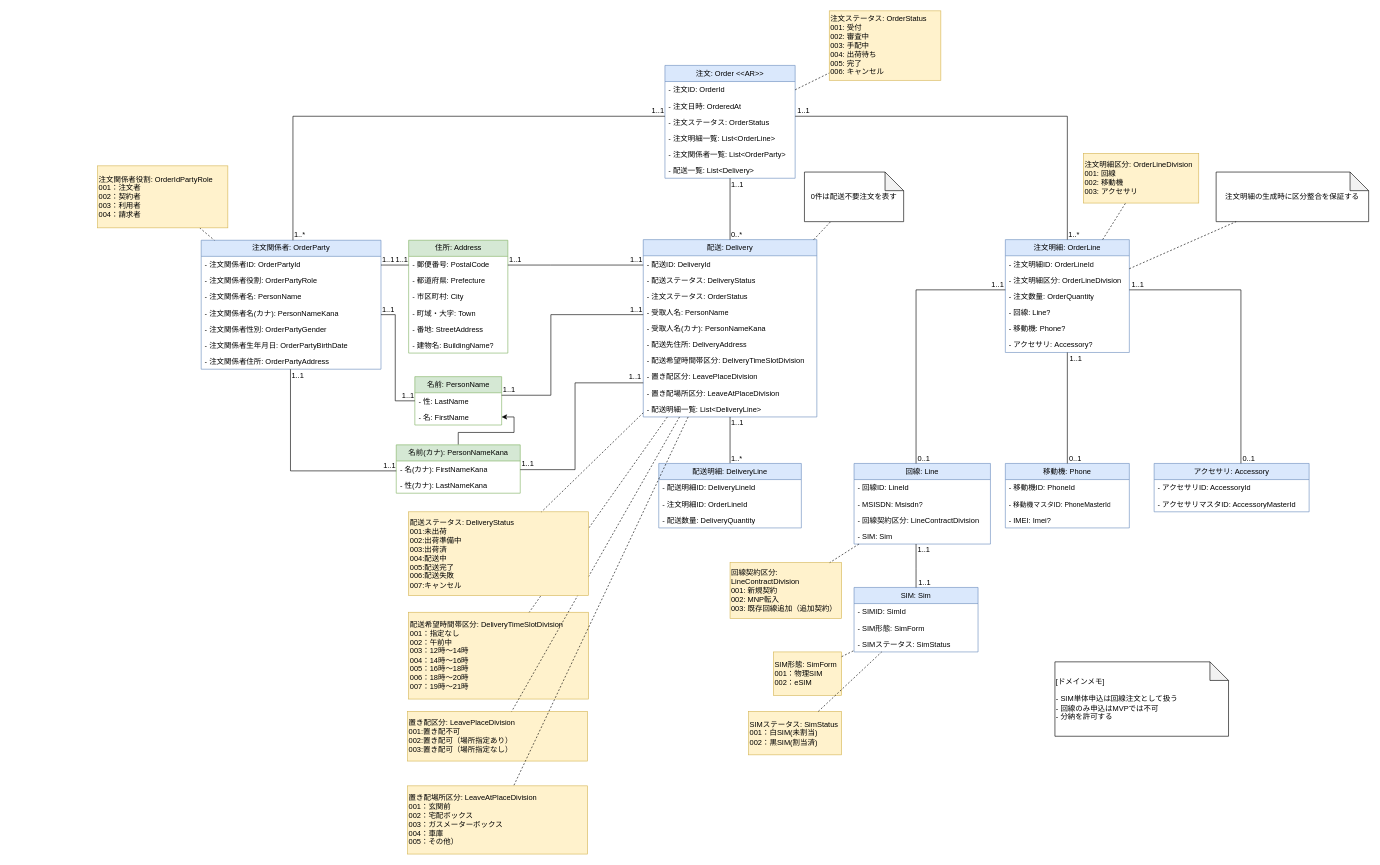
Above: docs/02_domain/model/domain-model.drawio in shimizut-dev/phone-order-api (draw.io), before the change. Source tidied: cells renumbered, new cells numbered last; positions are measured from the earlier drawing's top-left corner, leaving out a move shared by most shapes. Both pictures are drawn from the tidied source at 62%, with x=0, y=0 at pixel (97, 11).
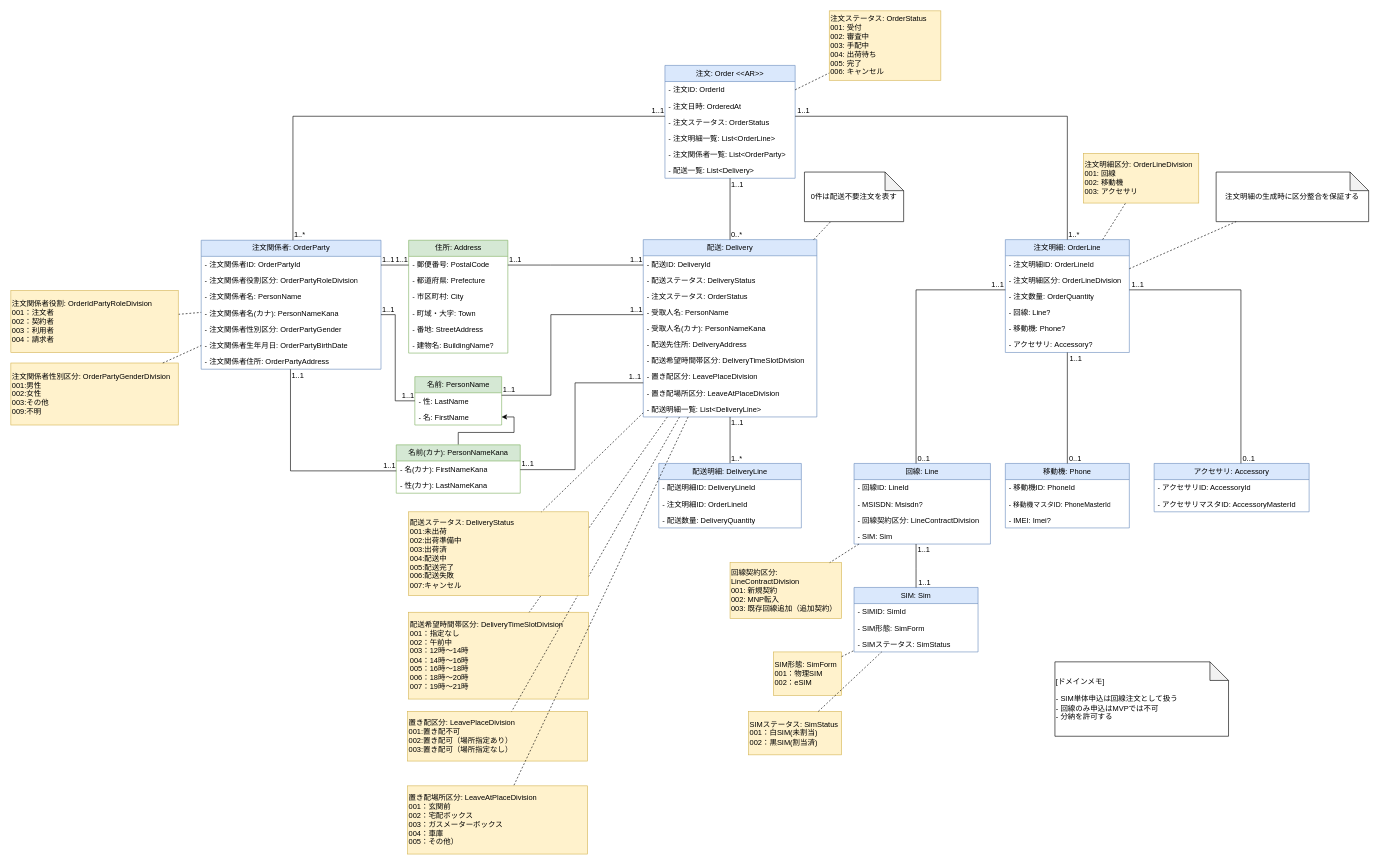
After the change.

The change refers to these unchanged cells:
```xml
<mxCell id="9" value="注文関係者:&amp;nbsp;&lt;span style=&quot;text-align: left;&quot;&gt;OrderParty&lt;/span&gt;" style="swimlane;fontStyle=0;horizontal=1;startSize=26;fillColor=#dae8fc;whiteSpace=wrap;html=1;strokeColor=#6c8ebf;" parent="1" vertex="1">
  <mxGeometry x="167" y="370" width="290" height="208" as="geometry" />
</mxCell>
```

What changed in the source:
```diff
@@
-    <mxCell id="11" value="- 注文関係者役割: OrderPartyRole" style="text;strokeColor=none;fillColor=none;align=left;verticalAlign=top;spacingLeft=4;spacingRight=4;overflow=hidden;whiteSpace=wrap;html=1;" parent="9" vertex="1">
+    <mxCell id="11" value="- 注文関係者役割区分: OrderPartyRole&lt;span style=&quot;background-color: rgb(255, 255, 255);&quot;&gt;Division&lt;/span&gt;" style="text;strokeColor=none;fillColor=none;align=left;verticalAlign=top;spacingLeft=4;spacingRight=4;overflow=hidden;whiteSpace=wrap;html=1;" parent="9" vertex="1">
       <mxGeometry y="52" width="290" height="26" as="geometry" />
     </mxCell>
@@
-    <mxCell id="14" value="- 注文関係者性別: OrderPartyGender" style="text;strokeColor=none;fillColor=none;align=left;verticalAlign=top;spacingLeft=4;spacingRight=4;overflow=hidden;whiteSpace=wrap;html=1;" parent="9" vertex="1">
+    <mxCell id="14" value="- 注文関係者性別区分: OrderPartyGender" style="text;strokeColor=none;fillColor=none;align=left;verticalAlign=top;spacingLeft=4;spacingRight=4;overflow=hidden;whiteSpace=wrap;html=1;" parent="9" vertex="1">
       <mxGeometry y="130" width="290" height="26" as="geometry" />
     </mxCell>
@@
-    <mxCell id="66" value="&lt;span style=&quot;&quot;&gt;注文関係者役割: OrderIdPartyRole&lt;/span&gt;&lt;div&gt;001：注文者&lt;br&gt;002：契約者&lt;br&gt;003：利用者&lt;br&gt;004：請求者&lt;/div&gt;" style="html=1;whiteSpace=wrap;fillColor=#fff2cc;strokeColor=#d6b656;align=left;" parent="1" vertex="1">
-      <mxGeometry y="250" width="210" height="100" as="geometry" />
+    <mxCell id="66" value="&lt;span style=&quot;&quot;&gt;注文関係者役割: OrderIdPartyRole&lt;/span&gt;Division&lt;div&gt;001：注文者&lt;br&gt;002：契約者&lt;br&gt;003：利用者&lt;br&gt;004：請求者&lt;/div&gt;" style="html=1;whiteSpace=wrap;fillColor=#fff2cc;strokeColor=#d6b656;align=left;" parent="1" vertex="1">
+      <mxGeometry x="-140" y="451" width="270" height="100" as="geometry" />
     </mxCell>
@@
+    <mxCell id="136" value="注文関係者性別区分: OrderPartyGenderDivision&lt;br&gt;&lt;div&gt;001:男性&lt;br&gt;002:女性&lt;br&gt;003:その他&lt;br&gt;009:不明&lt;/div&gt;" style="html=1;whiteSpace=wrap;fillColor=#fff2cc;strokeColor=#d6b656;align=left;" parent="1" vertex="1">
+      <mxGeometry x="-140" y="568" width="270" height="100" as="geometry" />
+    </mxCell>
+    <mxCell id="137" style="edgeStyle=orthogonalEdgeStyle;rounded=0;orthogonalLoop=1;jettySize=auto;html=1;exitX=0.5;exitY=1;exitDx=0;exitDy=0;" parent="1" edge="1" source="66" target="66">
+      <mxGeometry relative="1" as="geometry" />
+    </mxCell>
+    <mxCell id="138" style="endArrow=none;dashed=1;html=1;rounded=0;" parent="1" edge="1" source="136" target="9">
+      <mxGeometry relative="1" as="geometry" />
+    </mxCell>
```
